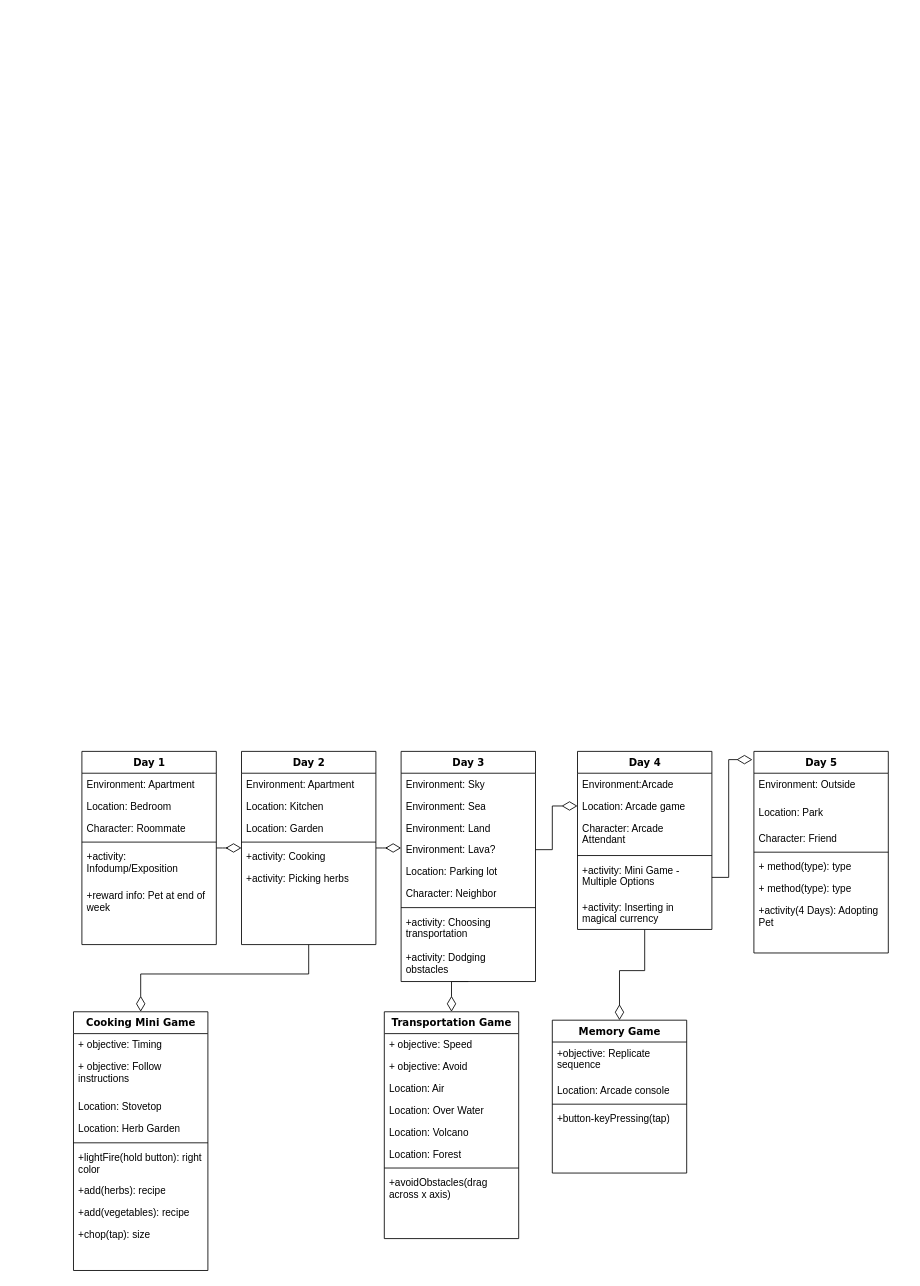
Earlier version of the draw.io diagram page "5 Day MVP Outline" (1 of 3) of WakeUpRPG.drawio (cs-utulsa/Wake-Up-RPG). Source tidied: cells renumbered, new cells numbered last; positions are measured from the earlier drawing's top-left corner, leaving out a move shared by most shapes. Both pictures are drawn from the tidied source at 84%, with x=0, y=0 at pixel (73, 751).
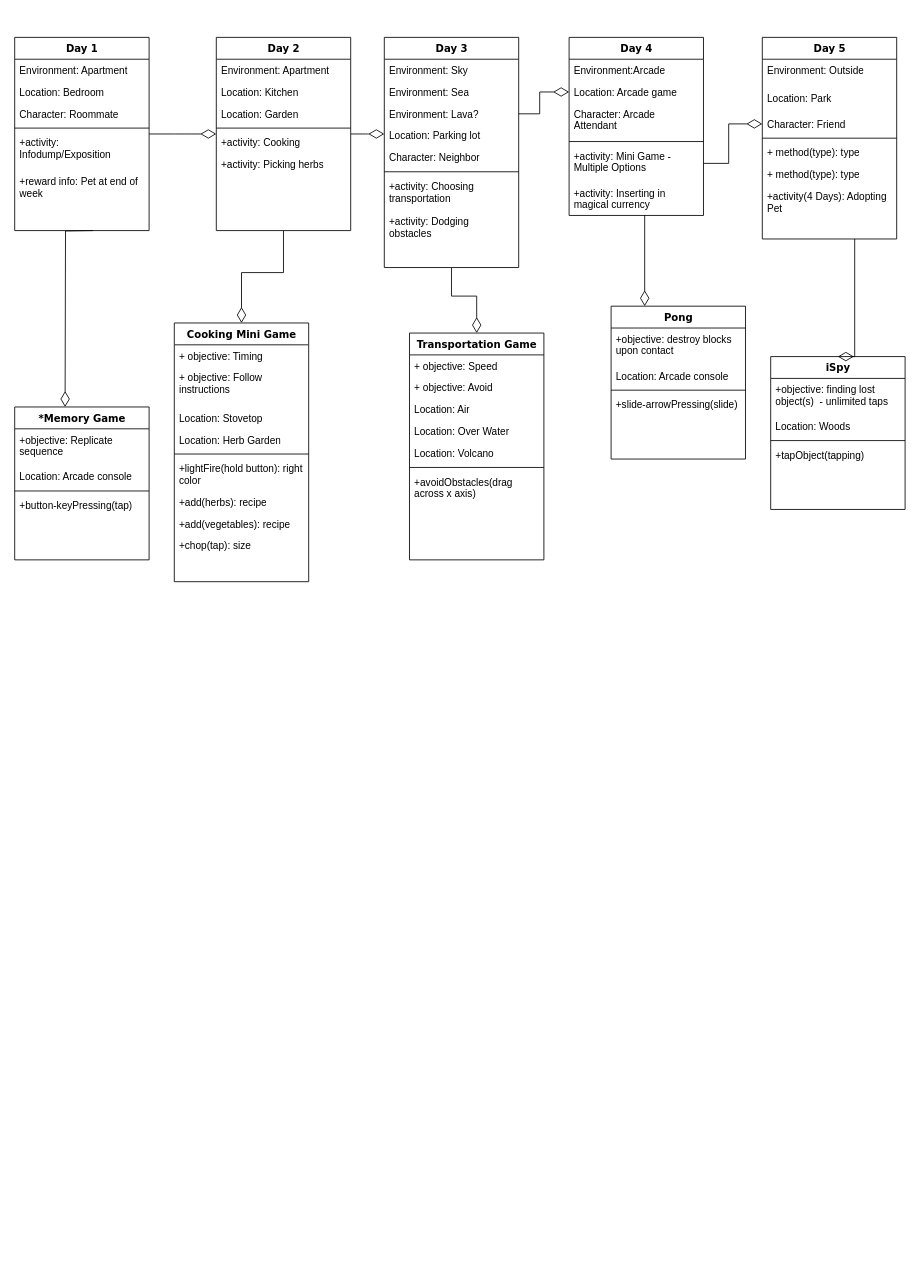
The same diagram, later.

Unchanged cells that the change refers to:
```xml
<mxCell id="33" value="Character: Friend" style="text;html=1;strokeColor=none;fillColor=none;align=left;verticalAlign=top;spacingLeft=4;spacingRight=4;whiteSpace=wrap;overflow=hidden;points=[[0,0.5],[1,0.5]];portConstraint=eastwest;" parent="30" vertex="1">
  <mxGeometry y="90" width="160" height="26" as="geometry" />
</mxCell>
<mxCell id="68" value="+activity: Mini Game - Multiple Options" style="text;html=1;strokeColor=none;fillColor=none;align=left;verticalAlign=top;spacingLeft=4;spacingRight=4;whiteSpace=wrap;overflow=hidden;points=[[0,0.5],[1,0.5]];portConstraint=eastwest;" parent="63" vertex="1">
  <mxGeometry y="128" width="160" height="44" as="geometry" />
</mxCell>
<mxCell id="69" value="+activity: Inserting in magical currency" style="text;html=1;strokeColor=none;fillColor=none;align=left;verticalAlign=top;spacingLeft=4;spacingRight=4;whiteSpace=wrap;overflow=hidden;points=[[0,0.5],[1,0.5]];portConstraint=eastwest;" parent="63" vertex="1">
  <mxGeometry y="172" width="160" height="40" as="geometry" />
</mxCell>
```

Change to the diagram source:
```diff
@@
     <mxCell id="2" value="Day 1" style="swimlane;html=1;fontStyle=1;align=center;verticalAlign=top;horizontal=1;startSize=26;swimlaneFillColor=#ffffff;rounded=0;shadow=0;comic=0;labelBackgroundColor=none;strokeWidth=1;fillColor=none;fontFamily=Verdana;fontSize=12;" parent="1" vertex="1">
-      <mxGeometry x="10" width="160" height="230" as="geometry" />
+      <mxGeometry x="-70" y="-850" width="160" height="230" as="geometry" />
     </mxCell>
@@
     <mxCell id="11" value="Day 2" style="swimlane;html=1;fontStyle=1;align=center;verticalAlign=top;horizontal=1;startSize=26;swimlaneFillColor=#ffffff;rounded=0;shadow=0;comic=0;labelBackgroundColor=none;strokeWidth=1;fillColor=none;fontFamily=Verdana;fontSize=12;" parent="1" vertex="1">
-      <mxGeometry x="200" width="160" height="230" as="geometry" />
+      <mxGeometry x="170" y="-850" width="160" height="230" as="geometry" />
     </mxCell>
@@
     <mxCell id="18" style="edgeStyle=orthogonalEdgeStyle;rounded=0;jettySize=auto;html=1;entryX=0.006;entryY=-0.285;entryDx=0;entryDy=0;entryPerimeter=0;endArrow=diamondThin;endFill=0;strokeColor=none;" parent="1" edge="1" source="20">
       <mxGeometry relative="1" as="geometry">
-        <mxPoint x="601" y="122.6" as="targetPoint" />
+        <mxPoint x="521" y="-727.4" as="targetPoint" />
       </mxGeometry>
     </mxCell>
@@
     <mxCell id="20" value="Day 3" style="swimlane;html=1;fontStyle=1;align=center;verticalAlign=top;horizontal=1;startSize=26;swimlaneFillColor=#ffffff;rounded=0;shadow=0;comic=0;labelBackgroundColor=none;strokeWidth=1;fillColor=none;fontFamily=Verdana;fontSize=12;" parent="1" vertex="1">
-      <mxGeometry x="390" width="160" height="274" as="geometry" />
+      <mxGeometry x="370" y="-850" width="160" height="274" as="geometry" />
     </mxCell>
@@
-    <mxCell id="23" value="Environment: Land" style="text;html=1;strokeColor=none;fillColor=none;align=left;verticalAlign=top;spacingLeft=4;spacingRight=4;whiteSpace=wrap;overflow=hidden;" parent="20" vertex="1">
-      <mxGeometry y="78" width="160" height="26" as="geometry" />
-    </mxCell>
     <mxCell id="24" value="Environment: Lava?" style="text;html=1;strokeColor=none;fillColor=none;align=left;verticalAlign=top;spacingLeft=4;spacingRight=4;whiteSpace=wrap;overflow=hidden;points=[[0,0.5],[1,0.5]];portConstraint=eastwest;" parent="20" vertex="1">
-      <mxGeometry y="104" width="160" height="26" as="geometry" />
+      <mxGeometry y="78" width="160" height="26" as="geometry" />
     </mxCell>
     <mxCell id="25" value="Location: Parking lot" style="text;html=1;strokeColor=none;fillColor=none;align=left;verticalAlign=top;spacingLeft=4;spacingRight=4;whiteSpace=wrap;overflow=hidden;" parent="20" vertex="1">
-      <mxGeometry y="130" width="160" height="26" as="geometry" />
+      <mxGeometry y="104" width="160" height="26" as="geometry" />
     </mxCell>
     <mxCell id="26" value="Character: Neighbor" style="text;html=1;strokeColor=none;fillColor=none;align=left;verticalAlign=top;spacingLeft=4;spacingRight=4;whiteSpace=wrap;overflow=hidden;" parent="20" vertex="1">
-      <mxGeometry y="156" width="160" height="26" as="geometry" />
+      <mxGeometry y="130" width="160" height="26" as="geometry" />
     </mxCell>
     <mxCell id="27" style="line;html=1;strokeWidth=1;fillColor=none;align=left;verticalAlign=middle;spacingTop=-1;spacingLeft=3;spacingRight=3;labelPosition=right;" parent="20" vertex="1">
-      <mxGeometry y="182" width="160" height="8" as="geometry" />
+      <mxGeometry y="156" width="160" height="8" as="geometry" />
     </mxCell>
     <mxCell id="28" value="+activity: Choosing transportation" style="text;html=1;strokeColor=none;fillColor=none;align=left;verticalAlign=top;spacingLeft=4;spacingRight=4;whiteSpace=wrap;overflow=hidden;" parent="20" vertex="1">
-      <mxGeometry y="190" width="160" height="42" as="geometry" />
+      <mxGeometry y="164" width="160" height="42" as="geometry" />
     </mxCell>
     <mxCell id="29" value="+activity: Dodging obstacles&amp;nbsp;" style="text;html=1;strokeColor=none;fillColor=none;align=left;verticalAlign=top;spacingLeft=4;spacingRight=4;whiteSpace=wrap;overflow=hidden;" parent="20" vertex="1">
-      <mxGeometry y="232" width="160" height="42" as="geometry" />
+      <mxGeometry y="206" width="160" height="42" as="geometry" />
     </mxCell>
     <mxCell id="30" value="Day 5" style="swimlane;html=1;fontStyle=1;align=center;verticalAlign=top;horizontal=1;startSize=26;swimlaneFillColor=#ffffff;rounded=0;shadow=0;comic=0;labelBackgroundColor=none;strokeWidth=1;fillColor=none;fontFamily=Verdana;fontSize=12;" parent="1" vertex="1">
-      <mxGeometry x="810" width="160" height="240" as="geometry" />
+      <mxGeometry x="820" y="-850" width="160" height="240" as="geometry" />
     </mxCell>
@@
     <mxCell id="38" value="Cooking Mini Game" style="swimlane;html=1;fontStyle=1;align=center;verticalAlign=top;horizontal=1;startSize=26;swimlaneFillColor=#ffffff;rounded=0;shadow=0;comic=0;labelBackgroundColor=none;strokeWidth=1;fillColor=none;fontFamily=Verdana;fontSize=12;" parent="1" vertex="1">
-      <mxGeometry y="310" width="160" height="308" as="geometry" />
+      <mxGeometry x="120" y="-510" width="160" height="308" as="geometry" />
     </mxCell>
@@
     <mxCell id="48" value="Transportation Game" style="swimlane;html=1;fontStyle=1;align=center;verticalAlign=top;horizontal=1;startSize=26;swimlaneFillColor=#ffffff;rounded=0;shadow=0;comic=0;labelBackgroundColor=none;strokeWidth=1;fillColor=none;fontFamily=Verdana;fontSize=12;" parent="1" vertex="1">
-      <mxGeometry x="370" y="310" width="160" height="270" as="geometry" />
+      <mxGeometry x="400" y="-498" width="160" height="270" as="geometry" />
     </mxCell>
@@
-    <mxCell id="54" value="Location: Forest" style="text;html=1;strokeColor=none;fillColor=none;align=left;verticalAlign=top;spacingLeft=4;spacingRight=4;whiteSpace=wrap;overflow=hidden;" parent="48" vertex="1">
-      <mxGeometry y="156" width="160" height="26" as="geometry" />
-    </mxCell>
     <mxCell id="55" style="line;html=1;strokeWidth=1;fillColor=none;align=left;verticalAlign=middle;spacingTop=-1;spacingLeft=3;spacingRight=3;labelPosition=right;" parent="48" vertex="1">
-      <mxGeometry y="182" width="160" height="8" as="geometry" />
+      <mxGeometry y="156" width="160" height="8" as="geometry" />
     </mxCell>
     <mxCell id="56" value="+avoidObstacles(drag across x axis)" style="text;html=1;strokeColor=none;fillColor=none;align=left;verticalAlign=top;spacingLeft=4;spacingRight=4;whiteSpace=wrap;overflow=hidden;" parent="48" vertex="1">
-      <mxGeometry y="190" width="160" height="40" as="geometry" />
+      <mxGeometry y="164" width="160" height="40" as="geometry" />
     </mxCell>
-    <mxCell id="57" value="Memory Game" style="swimlane;html=1;fontStyle=1;align=center;verticalAlign=top;horizontal=1;startSize=26;swimlaneFillColor=#ffffff;rounded=0;shadow=0;comic=0;labelBackgroundColor=none;strokeWidth=1;fillColor=none;fontFamily=Verdana;fontSize=12;" parent="1" vertex="1">
-      <mxGeometry x="570" y="320" width="160" height="182" as="geometry" />
+    <mxCell id="57" value="*Memory Game" style="swimlane;html=1;fontStyle=1;align=center;verticalAlign=top;horizontal=1;startSize=26;swimlaneFillColor=#ffffff;rounded=0;shadow=0;comic=0;labelBackgroundColor=none;strokeWidth=1;fillColor=none;fontFamily=Verdana;fontSize=12;" parent="1" vertex="1">
+      <mxGeometry x="-70" y="-410" width="160" height="182" as="geometry" />
     </mxCell>
@@
-    <mxCell id="62" style="edgeStyle=orthogonalEdgeStyle;rounded=0;jettySize=auto;html=1;exitX=0.5;exitY=1;exitDx=0;exitDy=0;entryX=0.5;entryY=0;entryDx=0;entryDy=0;endArrow=diamondThin;endFill=0;endSize=16;" parent="1" edge="1" source="63" target="57">
-      <mxGeometry relative="1" as="geometry" />
-    </mxCell>
     <mxCell id="63" value="Day 4" style="swimlane;html=1;fontStyle=1;align=center;verticalAlign=top;horizontal=1;startSize=26;swimlaneFillColor=#ffffff;rounded=0;shadow=0;comic=0;labelBackgroundColor=none;strokeWidth=1;fillColor=none;fontFamily=Verdana;fontSize=12;" parent="1" vertex="1">
-      <mxGeometry x="600" width="160" height="212" as="geometry" />
+      <mxGeometry x="590" y="-850" width="160" height="212" as="geometry" />
     </mxCell>
@@
-    <mxCell id="72" style="edgeStyle=orthogonalEdgeStyle;rounded=0;jettySize=auto;html=1;exitX=1;exitY=0.5;exitDx=0;exitDy=0;entryX=-0.011;entryY=0.041;entryDx=0;entryDy=0;entryPerimeter=0;endArrow=diamondThin;endFill=0;endSize=16;" parent="1" edge="1" source="68" target="30">
+    <mxCell id="72" style="edgeStyle=orthogonalEdgeStyle;rounded=0;jettySize=auto;html=1;exitX=1;exitY=0.5;exitDx=0;exitDy=0;entryX=0;entryY=0.5;entryDx=0;entryDy=0;endArrow=diamondThin;endFill=0;endSize=16;" parent="1" edge="1" source="68" target="33">
       <mxGeometry relative="1" as="geometry" />
     </mxCell>
+    <mxCell id="73" value="Pong" style="swimlane;html=1;fontStyle=1;align=center;verticalAlign=top;horizontal=1;startSize=26;swimlaneFillColor=#ffffff;rounded=0;shadow=0;comic=0;labelBackgroundColor=none;strokeWidth=1;fillColor=none;fontFamily=Verdana;fontSize=12;" parent="1" vertex="1">
+      <mxGeometry x="640" y="-530" width="160" height="182" as="geometry" />
+    </mxCell>
+    <mxCell id="74" value="+objective: destroy blocks upon contact&amp;nbsp;&amp;nbsp;" style="text;html=1;strokeColor=none;fillColor=none;align=left;verticalAlign=top;spacingLeft=4;spacingRight=4;whiteSpace=wrap;overflow=hidden;" parent="73" vertex="1">
+      <mxGeometry y="26" width="160" height="44" as="geometry" />
+    </mxCell>
+    <mxCell id="75" value="Location: Arcade console" style="text;html=1;strokeColor=none;fillColor=none;align=left;verticalAlign=top;spacingLeft=4;spacingRight=4;whiteSpace=wrap;overflow=hidden;" parent="73" vertex="1">
+      <mxGeometry y="70" width="160" height="26" as="geometry" />
+    </mxCell>
+    <mxCell id="76" style="line;html=1;strokeWidth=1;fillColor=none;align=left;verticalAlign=middle;spacingTop=-1;spacingLeft=3;spacingRight=3;labelPosition=right;" parent="73" vertex="1">
+      <mxGeometry y="96" width="160" height="8" as="geometry" />
+    </mxCell>
+    <mxCell id="77" value="+slide-arrowPressing(slide)" style="text;html=1;strokeColor=none;fillColor=none;align=left;verticalAlign=top;spacingLeft=4;spacingRight=4;whiteSpace=wrap;overflow=hidden;" parent="73" vertex="1">
+      <mxGeometry y="104" width="160" height="26" as="geometry" />
+    </mxCell>
+    <mxCell id="78" style="edgeStyle=orthogonalEdgeStyle;rounded=0;jettySize=auto;html=1;exitX=0.563;exitY=0.988;exitDx=0;exitDy=0;endArrow=diamondThin;endFill=0;endSize=16;entryX=0.25;entryY=0;entryDx=0;entryDy=0;exitPerimeter=0;" parent="1" edge="1" source="69" target="73">
+      <mxGeometry relative="1" as="geometry">
+        <Array as="points">
+          <mxPoint x="680" y="-638" />
+          <mxPoint x="680" y="-529" />
+          <mxPoint x="660" y="-529" />
+        </Array>
+      </mxGeometry>
+    </mxCell>
+    <mxCell id="79" value="iSpy" style="swimlane;html=1;fontStyle=1;align=center;verticalAlign=top;horizontal=1;startSize=26;swimlaneFillColor=#ffffff;rounded=0;shadow=0;comic=0;labelBackgroundColor=none;strokeWidth=1;fillColor=none;fontFamily=Verdana;fontSize=12;" parent="1" vertex="1">
+      <mxGeometry x="830" y="-470" width="160" height="182" as="geometry" />
+    </mxCell>
+    <mxCell id="80" value="+objective: finding lost object(s)&amp;nbsp; - unlimited taps" style="text;html=1;strokeColor=none;fillColor=none;align=left;verticalAlign=top;spacingLeft=4;spacingRight=4;whiteSpace=wrap;overflow=hidden;" parent="79" vertex="1">
+      <mxGeometry y="26" width="160" height="44" as="geometry" />
+    </mxCell>
+    <mxCell id="81" value="Location: Woods" style="text;html=1;strokeColor=none;fillColor=none;align=left;verticalAlign=top;spacingLeft=4;spacingRight=4;whiteSpace=wrap;overflow=hidden;" parent="79" vertex="1">
+      <mxGeometry y="70" width="160" height="26" as="geometry" />
+    </mxCell>
+    <mxCell id="82" style="line;html=1;strokeWidth=1;fillColor=none;align=left;verticalAlign=middle;spacingTop=-1;spacingLeft=3;spacingRight=3;labelPosition=right;" parent="79" vertex="1">
+      <mxGeometry y="96" width="160" height="8" as="geometry" />
+    </mxCell>
+    <mxCell id="83" value="+tapObject(tapping)" style="text;html=1;strokeColor=none;fillColor=none;align=left;verticalAlign=top;spacingLeft=4;spacingRight=4;whiteSpace=wrap;overflow=hidden;" parent="79" vertex="1">
+      <mxGeometry y="104" width="160" height="26" as="geometry" />
+    </mxCell>
+    <mxCell id="84" style="edgeStyle=orthogonalEdgeStyle;rounded=0;jettySize=auto;html=1;endArrow=diamondThin;endFill=0;endSize=16;entryX=0.5;entryY=0;entryDx=0;entryDy=0;" parent="1" edge="1" target="79">
+      <mxGeometry relative="1" as="geometry">
+        <mxPoint x="930" y="-610" as="sourcePoint" />
+        <Array as="points">
+          <mxPoint x="930" y="-610" />
+          <mxPoint x="930" y="-470" />
+        </Array>
+      </mxGeometry>
+    </mxCell>
+    <mxCell id="85" style="edgeStyle=orthogonalEdgeStyle;rounded=0;orthogonalLoop=1;jettySize=auto;html=1;exitX=0.5;exitY=1;exitDx=0;exitDy=0;endArrow=diamondThin;endFill=0;endSize=16;" parent="1" edge="1">
+      <mxGeometry relative="1" as="geometry">
+        <mxPoint x="23.3" y="-620" as="sourcePoint" />
+        <mxPoint x="-10" y="-410" as="targetPoint" />
+      </mxGeometry>
+    </mxCell>
```
